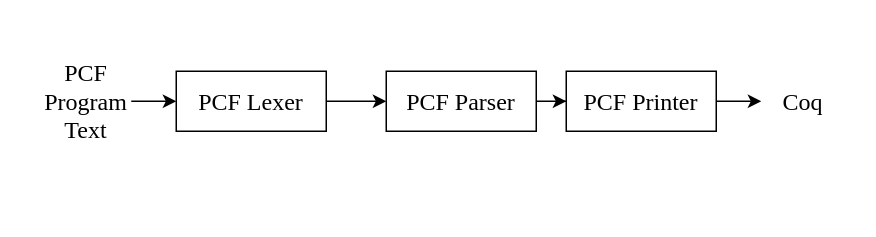
Above: ccf/parser.drawio in ABigDoge/MyDiagrams (draw.io), before the change. Source tidied: cells renumbered, new cells numbered last; positions are measured from the earlier drawing's top-left corner, leaving out a move shared by most shapes. Both pictures are drawn from the tidied source at 150%, with x=0, y=0 at pixel (40, 70).
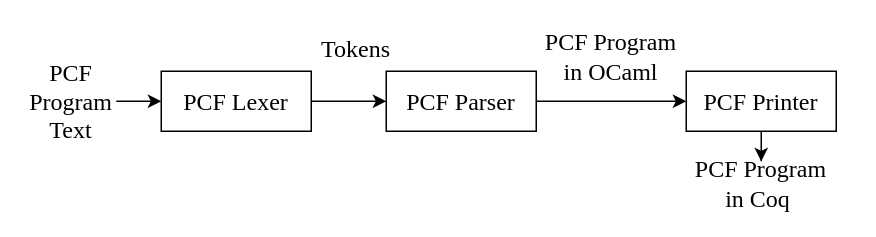
The same diagram, later.

Diff of the diagram source:
```diff
@@
 <mxGraphModel>
   <root>
     <mxCell id="0" />
     <mxCell id="1" parent="0" />
     <mxCell id="2" style="edgeStyle=orthogonalEdgeStyle;rounded=0;jettySize=auto;html=1;fontFamily=Times New Roman;fontSize=16;" parent="1" edge="1" source="3" target="5">
       <mxGeometry relative="1" as="geometry" />
     </mxCell>
     <mxCell id="3" value="&lt;font style=&quot;font-size: 16px;&quot; face=&quot;Times New Roman&quot;&gt;PCF Lexer&lt;/font&gt;" style="rounded=0;whiteSpace=wrap;html=1;" parent="1" vertex="1">
-      <mxGeometry x="90" width="100" height="40" as="geometry" />
+      <mxGeometry x="80" width="100" height="40" as="geometry" />
     </mxCell>
     <mxCell id="4" style="edgeStyle=orthogonalEdgeStyle;rounded=0;jettySize=auto;html=1;fontFamily=Times New Roman;fontSize=16;" parent="1" edge="1" source="5" target="7">
       <mxGeometry relative="1" as="geometry" />
     </mxCell>
     <mxCell id="5" value="&lt;font style=&quot;font-size: 16px;&quot; face=&quot;Times New Roman&quot;&gt;PCF Parser&lt;/font&gt;" style="rounded=0;whiteSpace=wrap;html=1;" parent="1" vertex="1">
       <mxGeometry x="230" width="100" height="40" as="geometry" />
     </mxCell>
     <mxCell id="6" style="edgeStyle=orthogonalEdgeStyle;rounded=0;jettySize=auto;html=1;fontFamily=Times New Roman;fontSize=16;" parent="1" edge="1" source="7" target="8">
       <mxGeometry relative="1" as="geometry" />
     </mxCell>
     <mxCell id="7" value="&lt;font style=&quot;font-size: 16px;&quot; face=&quot;Times New Roman&quot;&gt;PCF Printer&lt;/font&gt;" style="rounded=0;whiteSpace=wrap;html=1;" parent="1" vertex="1">
-      <mxGeometry x="350" width="100" height="40" as="geometry" />
+      <mxGeometry x="430" width="100" height="40" as="geometry" />
     </mxCell>
-    <mxCell id="8" value="Coq&amp;nbsp;" style="text;html=1;strokeColor=none;fillColor=none;align=center;verticalAlign=middle;whiteSpace=wrap;rounded=0;fontSize=16;fontFamily=Times New Roman;" parent="1" vertex="1">
-      <mxGeometry x="480" y="5" width="60" height="30" as="geometry" />
+    <mxCell id="8" value="PCF Program in&amp;nbsp;Coq&amp;nbsp;" style="text;html=1;strokeColor=none;fillColor=none;align=center;verticalAlign=middle;whiteSpace=wrap;rounded=0;fontSize=16;fontFamily=Times New Roman;" parent="1" vertex="1">
+      <mxGeometry x="435" y="60" width="90" height="30" as="geometry" />
     </mxCell>
     <mxCell id="9" style="edgeStyle=orthogonalEdgeStyle;rounded=0;jettySize=auto;html=1;fontFamily=Times New Roman;fontSize=16;" parent="1" edge="1" source="10" target="3">
       <mxGeometry relative="1" as="geometry" />
     </mxCell>
     <mxCell id="10" value="PCF Program Text" style="text;html=1;strokeColor=none;fillColor=none;align=center;verticalAlign=middle;whiteSpace=wrap;rounded=0;fontSize=16;fontFamily=Times New Roman;" parent="1" vertex="1">
-      <mxGeometry y="5" width="60" height="30" as="geometry" />
+      <mxGeometry x="-10" y="5" width="60" height="30" as="geometry" />
     </mxCell>
+    <mxCell id="11" value="Tokens" style="text;html=1;strokeColor=none;fillColor=none;align=center;verticalAlign=middle;whiteSpace=wrap;rounded=0;fontSize=16;fontFamily=Times New Roman;" parent="1" vertex="1">
+      <mxGeometry x="180" y="-30" width="60" height="30" as="geometry" />
+    </mxCell>
+    <mxCell id="12" value="PCF Program in OCaml" style="text;html=1;strokeColor=none;fillColor=none;align=center;verticalAlign=middle;whiteSpace=wrap;rounded=0;fontSize=16;fontFamily=Times New Roman;" parent="1" vertex="1">
+      <mxGeometry x="330" y="-25" width="100" height="30" as="geometry" />
+    </mxCell>
   </root>
 </mxGraphModel>
```
